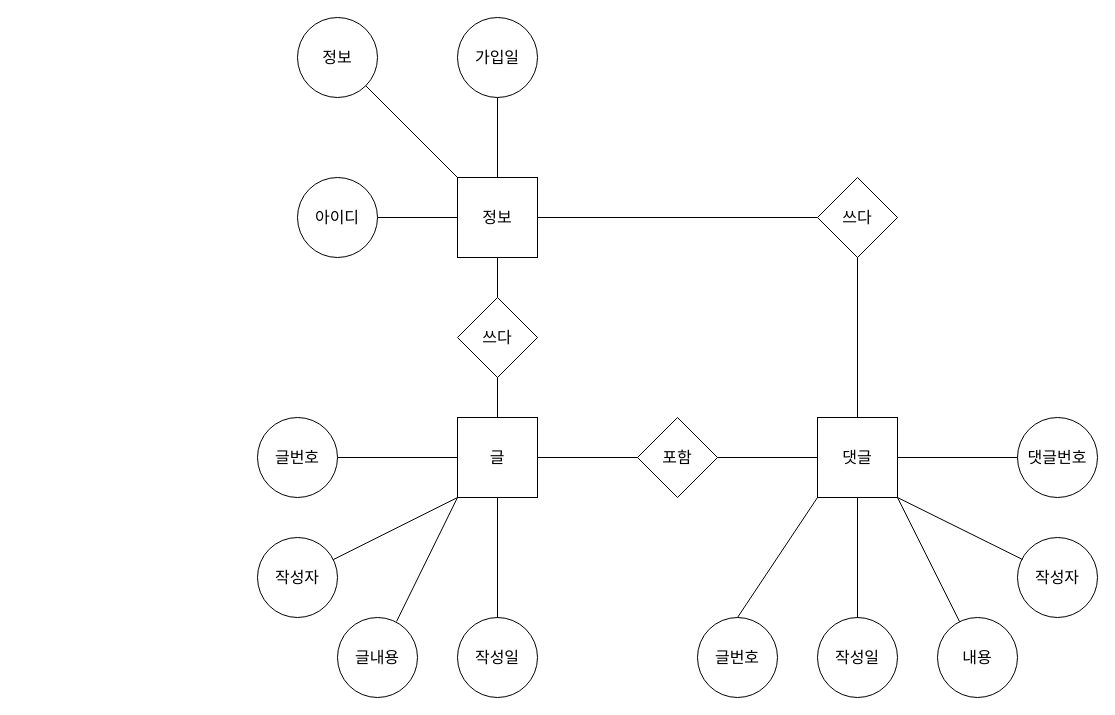
The draw.io diagram ex00.drawio in JaeHyun-Ban/image, before the edit. Source tidied: cells renumbered, new cells numbered last; positions are measured from the earlier drawing's top-left corner, leaving out a move shared by most shapes. Both pictures are drawn from the tidied source at 100%, with x=0, y=0 at pixel (257, 17).
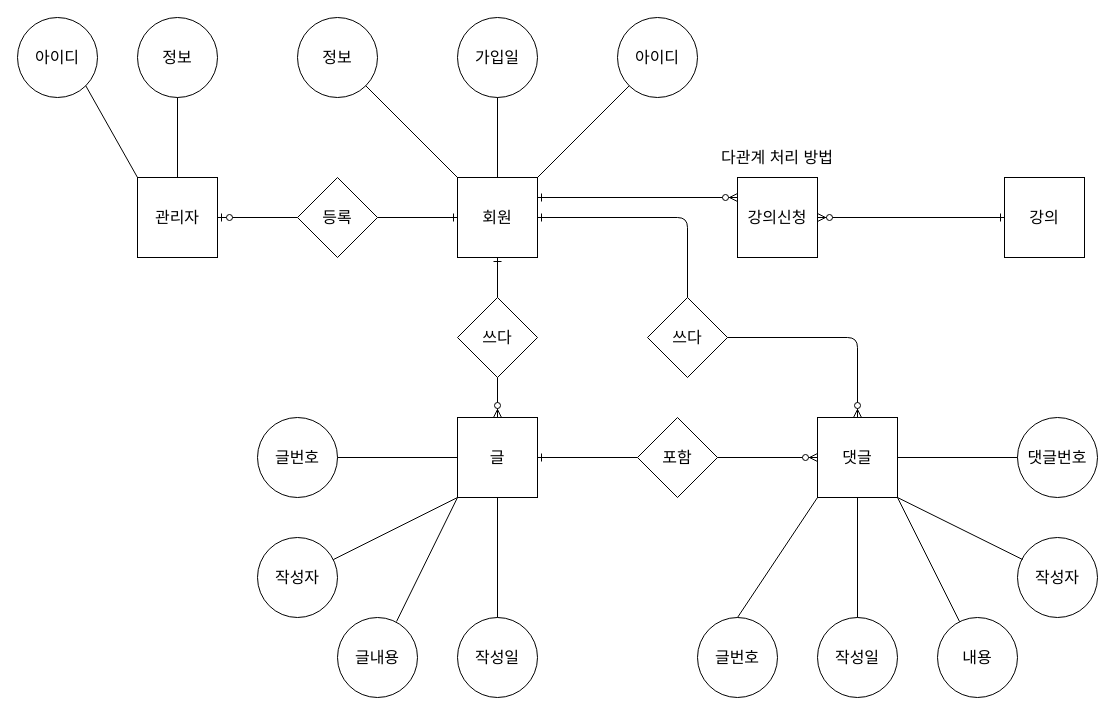
After the change.

The change refers to these unchanged cells:
```xml
<mxCell id="3" value="글" style="whiteSpace=wrap;html=1;fontSize=16;labelBorderColor=none;" parent="1" vertex="1">
  <mxGeometry x="200" y="400" width="80" height="80" as="geometry" />
</mxCell>
<mxCell id="4" value="댓글" style="whiteSpace=wrap;html=1;fontSize=16;labelBorderColor=none;" parent="1" vertex="1">
  <mxGeometry x="560" y="400" width="80" height="80" as="geometry" />
</mxCell>
<mxCell id="29" value="쓰다" style="rhombus;whiteSpace=wrap;html=1;fillColor=#ffffff;fontSize=16;fontColor=#000000;" parent="1" vertex="1">
  <mxGeometry x="200" y="280" width="80" height="80" as="geometry" />
</mxCell>
<mxCell id="30" value="포함" style="rhombus;whiteSpace=wrap;html=1;fillColor=#ffffff;fontSize=16;fontColor=#000000;" parent="1" vertex="1">
  <mxGeometry x="380" y="400" width="80" height="80" as="geometry" />
</mxCell>
```

The edit, as a diff of the source:
```diff
@@
-    <mxCell id="2" value="정보" style="whiteSpace=wrap;html=1;fontSize=16;labelBorderColor=none;" parent="1" vertex="1">
+    <mxCell id="2" value="회원" style="whiteSpace=wrap;html=1;fontSize=16;labelBorderColor=none;" parent="1" vertex="1">
       <mxGeometry x="200" y="160" width="80" height="80" as="geometry" />
     </mxCell>
@@
     <mxCell id="7" value="아이디" style="ellipse;whiteSpace=wrap;html=1;fontSize=16;fontColor=#000000;" parent="1" vertex="1">
-      <mxGeometry x="40" y="160" width="80" height="80" as="geometry" />
+      <mxGeometry x="360" width="80" height="80" as="geometry" />
     </mxCell>
@@
-    <mxCell id="9" style="endArrow=none;html=1;fontSize=16;fontColor=#000000;exitX=1;exitY=0.5;exitDx=0;exitDy=0;" parent="1" edge="1" source="7">
-      <mxGeometry relative="1" as="geometry">
-        <mxPoint x="200" y="200" as="targetPoint" />
-      </mxGeometry>
+    <mxCell id="9" style="endArrow=none;html=1;fontSize=16;fontColor=#000000;exitX=0;exitY=1;exitDx=0;exitDy=0;entryX=1;entryY=0;entryDx=0;entryDy=0;" parent="1" edge="1" source="7" target="2">
+      <mxGeometry relative="1" as="geometry" />
     </mxCell>
@@
     <mxCell id="31" value="쓰다" style="rhombus;whiteSpace=wrap;html=1;fillColor=#ffffff;fontSize=16;fontColor=#000000;" parent="1" vertex="1">
-      <mxGeometry x="560" y="160" width="80" height="80" as="geometry" />
+      <mxGeometry x="390" y="280" width="80" height="80" as="geometry" />
     </mxCell>
-    <mxCell id="32" style="endArrow=none;html=1;fontSize=16;fontColor=#000000;entryX=0;entryY=0.5;entryDx=0;entryDy=0;" parent="1" edge="1" target="31">
+    <mxCell id="32" style="endArrow=none;html=1;fontSize=16;fontColor=#000000;entryX=0.5;entryY=0;entryDx=0;entryDy=0;endFill=0;startArrow=ERone;startFill=0;" parent="1" edge="1" target="31">
       <mxGeometry relative="1" as="geometry">
         <mxPoint x="280" y="200" as="sourcePoint" />
+        <Array as="points">
+          <mxPoint x="430" y="200" />
+        </Array>
       </mxGeometry>
     </mxCell>
-    <mxCell id="33" style="endArrow=none;html=1;fontSize=16;fontColor=#000000;exitX=0.5;exitY=0;exitDx=0;exitDy=0;" parent="1" edge="1" source="3">
+    <mxCell id="33" style="endArrow=none;html=1;fontSize=16;fontColor=#000000;exitX=0.5;exitY=0;exitDx=0;exitDy=0;startArrow=ERzeroToMany;startFill=1;" parent="1" edge="1" source="3">
       <mxGeometry relative="1" as="geometry">
         <mxPoint x="240" y="360" as="targetPoint" />
       </mxGeometry>
     </mxCell>
-    <mxCell id="34" style="endArrow=none;html=1;fontSize=16;fontColor=#000000;exitX=0.5;exitY=0;exitDx=0;exitDy=0;" parent="1" edge="1" source="29">
+    <mxCell id="34" style="endArrow=ERone;html=1;fontSize=16;fontColor=#000000;exitX=0.5;exitY=0;exitDx=0;exitDy=0;startArrow=none;startFill=0;endFill=0;" parent="1" edge="1" source="29">
       <mxGeometry relative="1" as="geometry">
         <mxPoint x="240" y="240" as="targetPoint" />
       </mxGeometry>
     </mxCell>
-    <mxCell id="35" style="endArrow=none;html=1;fontSize=16;fontColor=#000000;entryX=0;entryY=0.5;entryDx=0;entryDy=0;" parent="1" edge="1" target="4">
+    <mxCell id="35" style="endArrow=ERzeroToMany;html=1;fontSize=16;fontColor=#000000;entryX=0;entryY=0.5;entryDx=0;entryDy=0;endFill=1;" parent="1" edge="1" target="4">
       <mxGeometry relative="1" as="geometry">
         <mxPoint x="460" y="440" as="sourcePoint" />
       </mxGeometry>
     </mxCell>
-    <mxCell id="36" style="endArrow=none;html=1;fontSize=16;fontColor=#000000;entryX=0;entryY=0.5;entryDx=0;entryDy=0;" parent="1" edge="1" target="30">
+    <mxCell id="36" style="endArrow=none;html=1;fontSize=16;fontColor=#000000;entryX=0;entryY=0.5;entryDx=0;entryDy=0;startArrow=ERone;startFill=0;" parent="1" edge="1" target="30">
       <mxGeometry relative="1" as="geometry">
         <mxPoint x="280" y="440" as="sourcePoint" />
       </mxGeometry>
     </mxCell>
-    <mxCell id="37" style="endArrow=none;html=1;fontSize=16;fontColor=#000000;exitX=0.5;exitY=0;exitDx=0;exitDy=0;entryX=0.5;entryY=1;entryDx=0;entryDy=0;" parent="1" edge="1" source="4" target="31">
-      <mxGeometry relative="1" as="geometry" />
+    <mxCell id="37" style="endArrow=none;html=1;fontSize=16;fontColor=#000000;exitX=0.5;exitY=0;exitDx=0;exitDy=0;entryX=1;entryY=0.5;entryDx=0;entryDy=0;startArrow=ERzeroToMany;startFill=1;" parent="1" edge="1" source="4" target="31">
+      <mxGeometry relative="1" as="geometry">
+        <Array as="points">
+          <mxPoint x="600" y="320" />
+          <mxPoint x="470" y="320" />
+        </Array>
+      </mxGeometry>
     </mxCell>
+    <mxCell id="38" value="관리자" style="whiteSpace=wrap;html=1;fontSize=16;" parent="1" vertex="1">
+      <mxGeometry x="-120" y="160" width="80" height="80" as="geometry" />
+    </mxCell>
+    <mxCell id="39" style="endArrow=ERone;html=1;exitX=1;exitY=0.5;exitDx=0;exitDy=0;entryX=0;entryY=0.5;entryDx=0;entryDy=0;fontSize=16;endFill=0;" parent="1" edge="1" source="44" target="2">
+      <mxGeometry relative="1" as="geometry" />
+    </mxCell>
+    <mxCell id="40" value="아이디" style="ellipse;whiteSpace=wrap;html=1;fontSize=16;" parent="1" vertex="1">
+      <mxGeometry x="-240" width="80" height="80" as="geometry" />
+    </mxCell>
+    <mxCell id="41" value="정보" style="ellipse;whiteSpace=wrap;html=1;fontSize=16;" parent="1" vertex="1">
+      <mxGeometry x="-120" width="80" height="80" as="geometry" />
+    </mxCell>
+    <mxCell id="42" style="endArrow=none;html=1;fontSize=16;exitX=1;exitY=1;exitDx=0;exitDy=0;" parent="1" edge="1" source="40">
+      <mxGeometry relative="1" as="geometry">
+        <mxPoint x="-120" y="160" as="targetPoint" />
+      </mxGeometry>
+    </mxCell>
+    <mxCell id="43" style="endArrow=none;html=1;fontSize=16;entryX=0.5;entryY=1;entryDx=0;entryDy=0;exitX=0.5;exitY=0;exitDx=0;exitDy=0;" parent="1" edge="1" source="38" target="41">
+      <mxGeometry relative="1" as="geometry" />
+    </mxCell>
+    <mxCell id="44" value="등록" style="rhombus;whiteSpace=wrap;html=1;fontSize=16;" parent="1" vertex="1">
+      <mxGeometry x="40" y="160" width="80" height="80" as="geometry" />
+    </mxCell>
+    <mxCell id="45" style="endArrow=none;html=1;exitX=1;exitY=0.5;exitDx=0;exitDy=0;entryX=0;entryY=0.5;entryDx=0;entryDy=0;fontSize=16;startArrow=ERzeroToOne;startFill=1;" parent="1" edge="1" source="38" target="44">
+      <mxGeometry relative="1" as="geometry" />
+    </mxCell>
+    <mxCell id="46" value="강의" style="whiteSpace=wrap;html=1;fontSize=16;" parent="1" vertex="1">
+      <mxGeometry x="747" y="160" width="80" height="80" as="geometry" />
+    </mxCell>
+    <mxCell id="47" value="강의신청" style="whiteSpace=wrap;html=1;fontSize=16;" parent="1" vertex="1">
+      <mxGeometry x="480" y="160" width="80" height="80" as="geometry" />
+    </mxCell>
+    <mxCell id="48" style="endArrow=ERzeroToMany;html=1;fontSize=16;entryX=0;entryY=0.25;entryDx=0;entryDy=0;endFill=1;startArrow=ERone;startFill=0;" parent="1" edge="1" target="47">
+      <mxGeometry relative="1" as="geometry">
+        <mxPoint x="280" y="180" as="sourcePoint" />
+      </mxGeometry>
+    </mxCell>
+    <mxCell id="49" style="endArrow=ERone;html=1;fontSize=16;exitX=1;exitY=0.5;exitDx=0;exitDy=0;startArrow=ERzeroToMany;startFill=1;endFill=0;" parent="1" edge="1" source="47">
+      <mxGeometry relative="1" as="geometry">
+        <mxPoint x="747" y="200" as="targetPoint" />
+      </mxGeometry>
+    </mxCell>
+    <mxCell id="50" value="다관계 처리 방법" style="text;html=1;strokeColor=none;fillColor=none;align=center;verticalAlign=middle;whiteSpace=wrap;rounded=0;fontSize=16;" parent="1" vertex="1">
+      <mxGeometry x="450" y="130" width="140" height="20" as="geometry" />
+    </mxCell>
```
